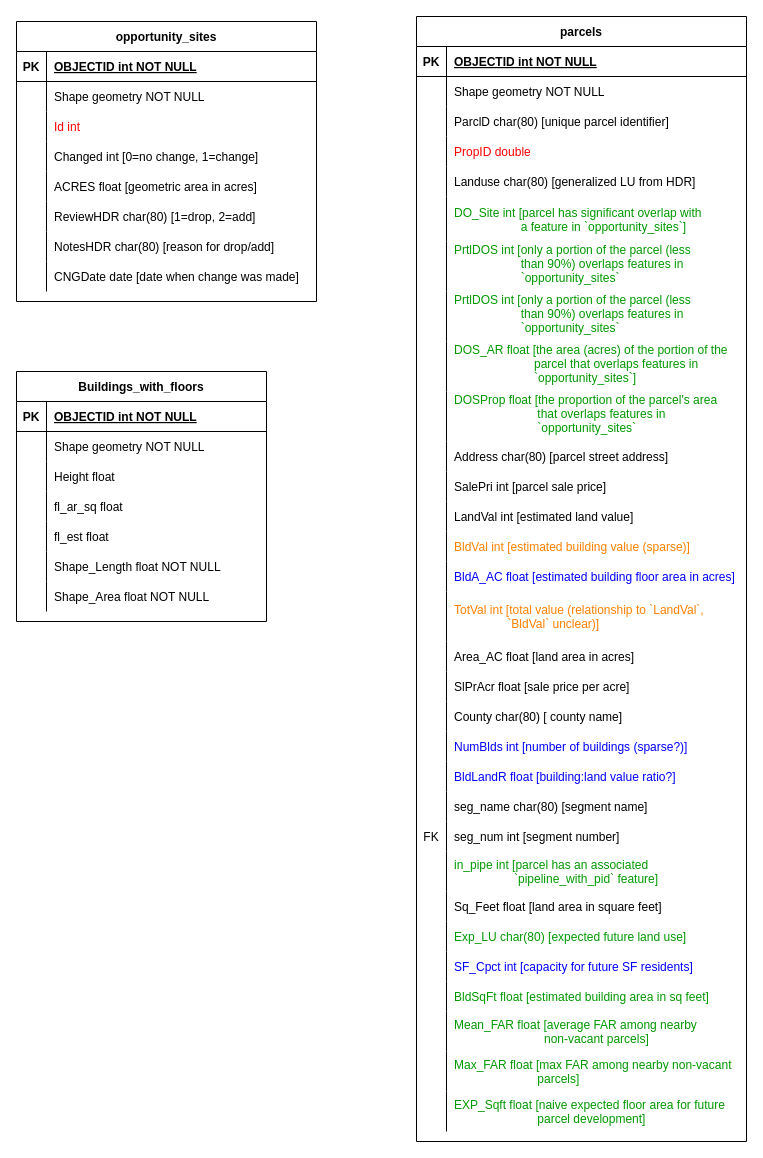
Above: page "parcels" (7 of 9) of Untitled Diagram.drawio in renaissanceplanning/LCBRT_TOD (draw.io), before the change. Source tidied: cells renumbered, new cells numbered last; positions are measured from the earlier drawing's top-left corner, leaving out a move shared by most shapes. Both pictures are drawn from the tidied source at 100%, with x=0, y=0 at pixel (16, 16).
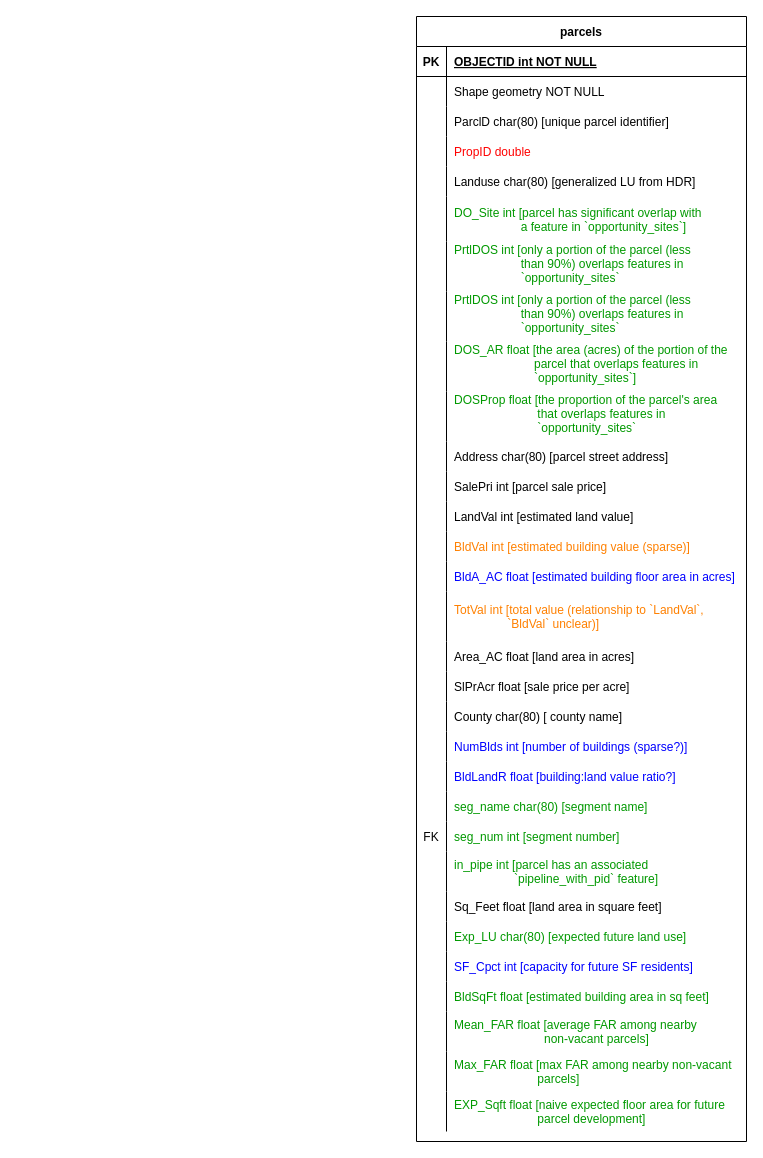
Above is the later version.

The change refers to these unchanged cells:
```xml
<mxCell id="113" style="shape=partialRectangle;fillColor=none;top=0;left=0;right=0;bottom=0;" parent="49" vertex="1">
  <mxGeometry y="775" width="330" height="30" as="geometry" />
</mxCell>
<mxCell id="116" style="shape=partialRectangle;fillColor=none;top=0;left=0;right=0;bottom=0;" parent="49" vertex="1">
  <mxGeometry y="805" width="330" height="30" as="geometry" />
</mxCell>
```

What changed in the source:
```diff
@@
-    <mxCell id="2" value="opportunity_sites" style="shape=table;startSize=30;childLayout=tableLayout;rowLines=0;fontStyle=1;align=center;" parent="1" vertex="1">
-      <mxGeometry y="5" width="300" height="280" as="geometry" />
-    </mxCell>
-    <mxCell id="3" style="shape=partialRectangle;fillColor=none;top=0;left=0;right=0;bottom=1;" parent="2" vertex="1">
-      <mxGeometry y="30" width="300" height="30" as="geometry" />
-    </mxCell>
-    <mxCell id="4" value="PK" style="shape=partialRectangle;overflow=hidden;fillColor=none;top=0;left=0;bottom=0;right=0;fontStyle=1;" parent="3" vertex="1">
-      <mxGeometry width="30" height="30" as="geometry" />
-    </mxCell>
-    <mxCell id="5" value="OBJECTID int NOT NULL " style="shape=partialRectangle;overflow=hidden;fillColor=none;top=0;left=0;bottom=0;right=0;align=left;spacingLeft=6;fontStyle=5;" parent="3" vertex="1">
-      <mxGeometry x="30" width="270" height="30" as="geometry" />
-    </mxCell>
-    <mxCell id="6" style="shape=partialRectangle;fillColor=none;top=0;left=0;right=0;bottom=0;" parent="2" vertex="1">
-      <mxGeometry y="60" width="300" height="30" as="geometry" />
-    </mxCell>
-    <mxCell id="7" style="shape=partialRectangle;overflow=hidden;fillColor=none;top=0;left=0;bottom=0;right=0;" parent="6" vertex="1">
-      <mxGeometry width="30" height="30" as="geometry" />
-    </mxCell>
-    <mxCell id="8" value="Shape geometry NOT NULL" style="shape=partialRectangle;overflow=hidden;fillColor=none;top=0;left=0;bottom=0;right=0;align=left;spacingLeft=6;" parent="6" vertex="1">
-      <mxGeometry x="30" width="270" height="30" as="geometry" />
-    </mxCell>
-    <mxCell id="9" style="shape=partialRectangle;fillColor=none;top=0;left=0;right=0;bottom=0;" parent="2" vertex="1">
-      <mxGeometry y="90" width="300" height="30" as="geometry" />
-    </mxCell>
-    <mxCell id="10" style="shape=partialRectangle;overflow=hidden;fillColor=none;top=0;left=0;bottom=0;right=0;" parent="9" vertex="1">
-      <mxGeometry width="30" height="30" as="geometry" />
-    </mxCell>
-    <mxCell id="11" value="Id int" style="shape=partialRectangle;overflow=hidden;fillColor=none;top=0;left=0;bottom=0;right=0;align=left;spacingLeft=6;fontColor=#FF0000;" parent="9" vertex="1">
-      <mxGeometry x="30" width="270" height="30" as="geometry" />
-    </mxCell>
-    <mxCell id="12" style="shape=partialRectangle;fillColor=none;top=0;left=0;right=0;bottom=0;" parent="2" vertex="1">
-      <mxGeometry y="120" width="300" height="30" as="geometry" />
-    </mxCell>
-    <mxCell id="13" style="shape=partialRectangle;overflow=hidden;fillColor=none;top=0;left=0;bottom=0;right=0;" parent="12" vertex="1">
-      <mxGeometry width="30" height="30" as="geometry" />
-    </mxCell>
-    <mxCell id="14" value="Changed int [0=no change, 1=change]" style="shape=partialRectangle;overflow=hidden;fillColor=none;top=0;left=0;bottom=0;right=0;align=left;spacingLeft=6;" parent="12" vertex="1">
-      <mxGeometry x="30" width="270" height="30" as="geometry" />
-    </mxCell>
-    <mxCell id="15" style="shape=partialRectangle;fillColor=none;top=0;left=0;right=0;bottom=0;" parent="2" vertex="1">
-      <mxGeometry y="150" width="300" height="30" as="geometry" />
-    </mxCell>
-    <mxCell id="16" style="shape=partialRectangle;overflow=hidden;fillColor=none;top=0;left=0;bottom=0;right=0;" parent="15" vertex="1">
-      <mxGeometry width="30" height="30" as="geometry" />
-    </mxCell>
-    <mxCell id="17" value="ACRES float [geometric area in acres]" style="shape=partialRectangle;overflow=hidden;fillColor=none;top=0;left=0;bottom=0;right=0;align=left;spacingLeft=6;" parent="15" vertex="1">
-      <mxGeometry x="30" width="270" height="30" as="geometry" />
-    </mxCell>
-    <mxCell id="18" style="shape=partialRectangle;fillColor=none;top=0;left=0;right=0;bottom=0;" parent="2" vertex="1">
-      <mxGeometry y="180" width="300" height="30" as="geometry" />
-    </mxCell>
-    <mxCell id="19" style="shape=partialRectangle;overflow=hidden;fillColor=none;top=0;left=0;bottom=0;right=0;" parent="18" vertex="1">
-      <mxGeometry width="30" height="30" as="geometry" />
-    </mxCell>
-    <mxCell id="20" value="ReviewHDR char(80) [1=drop, 2=add]" style="shape=partialRectangle;overflow=hidden;fillColor=none;top=0;left=0;bottom=0;right=0;align=left;spacingLeft=6;" parent="18" vertex="1">
-      <mxGeometry x="30" width="270" height="30" as="geometry" />
-    </mxCell>
-    <mxCell id="21" style="shape=partialRectangle;fillColor=none;top=0;left=0;right=0;bottom=0;" parent="2" vertex="1">
-      <mxGeometry y="210" width="300" height="30" as="geometry" />
-    </mxCell>
-    <mxCell id="22" style="shape=partialRectangle;overflow=hidden;fillColor=none;top=0;left=0;bottom=0;right=0;" parent="21" vertex="1">
-      <mxGeometry width="30" height="30" as="geometry" />
-    </mxCell>
-    <mxCell id="23" value="NotesHDR char(80) [reason for drop/add]" style="shape=partialRectangle;overflow=hidden;fillColor=none;top=0;left=0;bottom=0;right=0;align=left;spacingLeft=6;" parent="21" vertex="1">
-      <mxGeometry x="30" width="270" height="30" as="geometry" />
-    </mxCell>
-    <mxCell id="24" style="shape=partialRectangle;fillColor=none;top=0;left=0;right=0;bottom=0;" parent="2" vertex="1">
-      <mxGeometry y="240" width="300" height="30" as="geometry" />
-    </mxCell>
-    <mxCell id="25" style="shape=partialRectangle;overflow=hidden;fillColor=none;top=0;left=0;bottom=0;right=0;" parent="24" vertex="1">
-      <mxGeometry width="30" height="30" as="geometry" />
-    </mxCell>
-    <mxCell id="26" value="CNGDate date [date when change was made]" style="shape=partialRectangle;overflow=hidden;fillColor=none;top=0;left=0;bottom=0;right=0;align=left;spacingLeft=6;" parent="24" vertex="1">
-      <mxGeometry x="30" width="270" height="30" as="geometry" />
-    </mxCell>
-    <mxCell id="27" value="Buildings_with_floors" style="shape=table;startSize=30;childLayout=tableLayout;rowLines=0;fontStyle=1;align=center;" parent="1" vertex="1">
-      <mxGeometry y="355" width="250" height="250" as="geometry" />
-    </mxCell>
-    <mxCell id="28" style="shape=partialRectangle;fillColor=none;top=0;left=0;right=0;bottom=1;" parent="27" vertex="1">
-      <mxGeometry y="30" width="250" height="30" as="geometry" />
-    </mxCell>
-    <mxCell id="29" value="PK" style="shape=partialRectangle;overflow=hidden;fillColor=none;top=0;left=0;bottom=0;right=0;fontStyle=1;" parent="28" vertex="1">
-      <mxGeometry width="30" height="30" as="geometry" />
-    </mxCell>
-    <mxCell id="30" value="OBJECTID int NOT NULL " style="shape=partialRectangle;overflow=hidden;fillColor=none;top=0;left=0;bottom=0;right=0;align=left;spacingLeft=6;fontStyle=5;" parent="28" vertex="1">
-      <mxGeometry x="30" width="220" height="30" as="geometry" />
-    </mxCell>
-    <mxCell id="31" style="shape=partialRectangle;fillColor=none;top=0;left=0;right=0;bottom=0;" parent="27" vertex="1">
-      <mxGeometry y="60" width="250" height="30" as="geometry" />
-    </mxCell>
-    <mxCell id="32" style="shape=partialRectangle;overflow=hidden;fillColor=none;top=0;left=0;bottom=0;right=0;" parent="31" vertex="1">
-      <mxGeometry width="30" height="30" as="geometry" />
-    </mxCell>
-    <mxCell id="33" value="Shape geometry NOT NULL" style="shape=partialRectangle;overflow=hidden;fillColor=none;top=0;left=0;bottom=0;right=0;align=left;spacingLeft=6;" parent="31" vertex="1">
-      <mxGeometry x="30" width="220" height="30" as="geometry" />
-    </mxCell>
-    <mxCell id="34" style="shape=partialRectangle;fillColor=none;top=0;left=0;right=0;bottom=0;" parent="27" vertex="1">
-      <mxGeometry y="90" width="250" height="30" as="geometry" />
-    </mxCell>
-    <mxCell id="35" style="shape=partialRectangle;overflow=hidden;fillColor=none;top=0;left=0;bottom=0;right=0;" parent="34" vertex="1">
-      <mxGeometry width="30" height="30" as="geometry" />
-    </mxCell>
-    <mxCell id="36" value="Height float" style="shape=partialRectangle;overflow=hidden;fillColor=none;top=0;left=0;bottom=0;right=0;align=left;spacingLeft=6;" parent="34" vertex="1">
-      <mxGeometry x="30" width="220" height="30" as="geometry" />
-    </mxCell>
-    <mxCell id="37" style="shape=partialRectangle;fillColor=none;top=0;left=0;right=0;bottom=0;" parent="27" vertex="1">
-      <mxGeometry y="120" width="250" height="30" as="geometry" />
-    </mxCell>
-    <mxCell id="38" style="shape=partialRectangle;overflow=hidden;fillColor=none;top=0;left=0;bottom=0;right=0;" parent="37" vertex="1">
-      <mxGeometry width="30" height="30" as="geometry" />
-    </mxCell>
-    <mxCell id="39" value="fl_ar_sq float" style="shape=partialRectangle;overflow=hidden;fillColor=none;top=0;left=0;bottom=0;right=0;align=left;spacingLeft=6;" parent="37" vertex="1">
-      <mxGeometry x="30" width="220" height="30" as="geometry" />
-    </mxCell>
-    <mxCell id="40" style="shape=partialRectangle;fillColor=none;top=0;left=0;right=0;bottom=0;" parent="27" vertex="1">
-      <mxGeometry y="150" width="250" height="30" as="geometry" />
-    </mxCell>
-    <mxCell id="41" style="shape=partialRectangle;overflow=hidden;fillColor=none;top=0;left=0;bottom=0;right=0;" parent="40" vertex="1">
-      <mxGeometry width="30" height="30" as="geometry" />
-    </mxCell>
-    <mxCell id="42" value="fl_est float" style="shape=partialRectangle;overflow=hidden;fillColor=none;top=0;left=0;bottom=0;right=0;align=left;spacingLeft=6;" parent="40" vertex="1">
-      <mxGeometry x="30" width="220" height="30" as="geometry" />
-    </mxCell>
-    <mxCell id="43" style="shape=partialRectangle;fillColor=none;top=0;left=0;right=0;bottom=0;" parent="27" vertex="1">
-      <mxGeometry y="180" width="250" height="30" as="geometry" />
-    </mxCell>
-    <mxCell id="44" style="shape=partialRectangle;overflow=hidden;fillColor=none;top=0;left=0;bottom=0;right=0;" parent="43" vertex="1">
-      <mxGeometry width="30" height="30" as="geometry" />
-    </mxCell>
-    <mxCell id="45" value="Shape_Length float NOT NULL" style="shape=partialRectangle;overflow=hidden;fillColor=none;top=0;left=0;bottom=0;right=0;align=left;spacingLeft=6;" parent="43" vertex="1">
-      <mxGeometry x="30" width="220" height="30" as="geometry" />
-    </mxCell>
-    <mxCell id="46" style="shape=partialRectangle;fillColor=none;top=0;left=0;right=0;bottom=0;" parent="27" vertex="1">
-      <mxGeometry y="210" width="250" height="30" as="geometry" />
-    </mxCell>
-    <mxCell id="47" style="shape=partialRectangle;overflow=hidden;fillColor=none;top=0;left=0;bottom=0;right=0;" parent="46" vertex="1">
-      <mxGeometry width="30" height="30" as="geometry" />
-    </mxCell>
-    <mxCell id="48" value="Shape_Area float NOT NULL" style="shape=partialRectangle;overflow=hidden;fillColor=none;top=0;left=0;bottom=0;right=0;align=left;spacingLeft=6;" parent="46" vertex="1">
-      <mxGeometry x="30" width="220" height="30" as="geometry" />
-    </mxCell>
@@
-    <mxCell id="115" value="seg_name char(80) [segment name]" style="shape=partialRectangle;overflow=hidden;fillColor=none;top=0;left=0;bottom=0;right=0;align=left;spacingLeft=6;" parent="113" vertex="1">
+    <mxCell id="115" value="seg_name char(80) [segment name]" style="shape=partialRectangle;overflow=hidden;fillColor=none;top=0;left=0;bottom=0;right=0;align=left;spacingLeft=6;fontColor=#009900;" parent="113" vertex="1">
       <mxGeometry x="30" width="300" height="30" as="geometry" />
     </mxCell>
@@
-    <mxCell id="118" value="seg_num int [segment number]" style="shape=partialRectangle;overflow=hidden;fillColor=none;top=0;left=0;bottom=0;right=0;align=left;spacingLeft=6;" parent="116" vertex="1">
+    <mxCell id="118" value="seg_num int [segment number]" style="shape=partialRectangle;overflow=hidden;fillColor=none;top=0;left=0;bottom=0;right=0;align=left;spacingLeft=6;fontColor=#009900;" parent="116" vertex="1">
       <mxGeometry x="30" width="300" height="30" as="geometry" />
     </mxCell>
```
